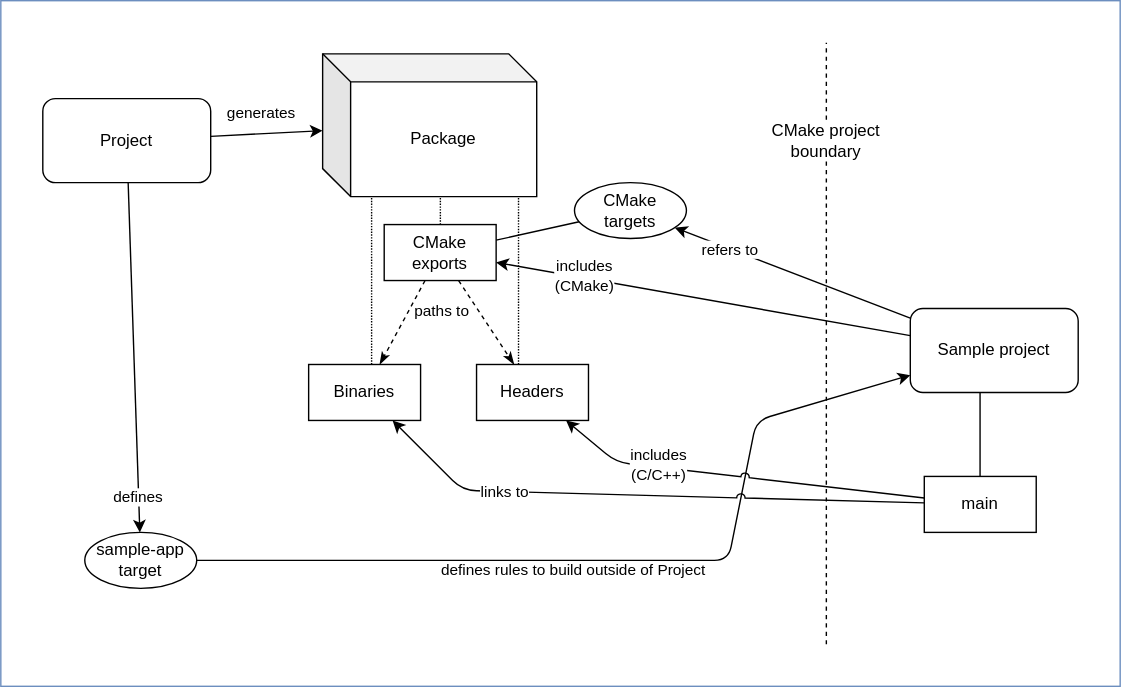
Above: sample/sample.dio.svg in dstodev/cmake-cxx (draw.io), before the change. Source tidied: cells renumbered, new cells last; positions are measured from the earlier drawing's top-left corner, leaving out a move shared by most shapes. The source it was exported from:
```xml
<mxGraphModel>
  <root>
    <mxCell id="0" />
    <mxCell id="1" parent="0" />
    <mxCell id="2" style="rounded=0;whiteSpace=wrap;html=1;labelBackgroundColor=none;perimeter=rectanglePerimeter;strokeWidth=1;strokeColor=#6c8ebf;fillColor=default;" parent="1" vertex="1">
      <mxGeometry width="800" height="490" as="geometry" />
    </mxCell>
    <mxCell id="3" style="endArrow=classic;html=1;rounded=1;" parent="1" edge="1" source="30" target="11">
      <mxGeometry relative="1" as="geometry">
        <Array as="points">
          <mxPoint x="520" y="400" />
          <mxPoint x="540" y="300" />
        </Array>
      </mxGeometry>
    </mxCell>
    <mxCell id="4" value="defines rules to build outside of Project" style="edgeLabel;html=1;align=center;verticalAlign=middle;" parent="3" vertex="1">
      <mxGeometry x="-0.75" y="-1" relative="1" as="geometry">
        <mxPoint x="195" y="6" as="offset" />
      </mxGeometry>
    </mxCell>
    <mxCell id="5" style="endArrow=classic;html=1;rounded=1;jumpStyle=arc;jumpSize=6;" parent="1" edge="1" source="28" target="18">
      <mxGeometry relative="1" as="geometry">
        <Array as="points">
          <mxPoint x="330" y="350" />
        </Array>
      </mxGeometry>
    </mxCell>
    <mxCell id="6" value="links to" style="edgeLabel;html=1;align=center;verticalAlign=middle;" parent="5" vertex="1">
      <mxGeometry x="-0.33" relative="1" as="geometry">
        <mxPoint x="-167" y="-5" as="offset" />
      </mxGeometry>
    </mxCell>
    <mxCell id="7" style="endArrow=classic;html=1;rounded=1;jumpStyle=arc;jumpSize=6;" parent="1" edge="1" source="28" target="17">
      <mxGeometry relative="1" as="geometry">
        <Array as="points">
          <mxPoint x="440" y="330" />
        </Array>
      </mxGeometry>
    </mxCell>
    <mxCell id="8" value="includes&lt;br&gt;(C/C++)" style="edgeLabel;html=1;align=center;verticalAlign=middle;" parent="7" vertex="1">
      <mxGeometry x="-0.33" relative="1" as="geometry">
        <mxPoint x="-101" y="-13" as="offset" />
      </mxGeometry>
    </mxCell>
    <mxCell id="9" style="endArrow=none;dashed=1;html=1;rounded=0;startArrow=none;" parent="1" edge="1" source="35">
      <mxGeometry relative="1" as="geometry">
        <mxPoint x="590" y="30" as="targetPoint" />
      </mxGeometry>
    </mxCell>
    <mxCell id="10" value="Project" style="rounded=1;whiteSpace=wrap;html=1;" parent="1" vertex="1">
      <mxGeometry x="30" y="70" width="120" height="60" as="geometry" />
    </mxCell>
    <mxCell id="11" value="Sample project" style="rounded=1;whiteSpace=wrap;html=1;" parent="1" vertex="1">
      <mxGeometry x="650" y="220" width="120" height="60" as="geometry" />
    </mxCell>
    <mxCell id="12" value="Package" style="shape=cube;whiteSpace=wrap;html=1;boundedLbl=1;backgroundOutline=1;darkOpacity=0.05;darkOpacity2=0.1;" parent="1" vertex="1">
      <mxGeometry x="230" y="38" width="153" height="102" as="geometry" />
    </mxCell>
    <mxCell id="13" style="endArrow=none;html=1;rounded=0;edgeStyle=elbowEdgeStyle;dashed=1;dashPattern=1 1;" parent="1" edge="1" source="16" target="12">
      <mxGeometry relative="1" as="geometry" />
    </mxCell>
    <mxCell id="14" style="endArrow=none;html=1;rounded=0;edgeStyle=elbowEdgeStyle;startArrow=none;dashed=1;dashPattern=1 1;" parent="1" edge="1" source="18" target="12">
      <mxGeometry relative="1" as="geometry" />
    </mxCell>
    <mxCell id="15" style="endArrow=none;html=1;rounded=0;edgeStyle=elbowEdgeStyle;dashed=1;dashPattern=1 1;" parent="1" edge="1" source="17" target="12">
      <mxGeometry relative="1" as="geometry">
        <Array as="points">
          <mxPoint x="370" y="220" />
          <mxPoint x="370" y="210" />
        </Array>
      </mxGeometry>
    </mxCell>
    <mxCell id="16" value="CMake exports" style="rounded=0;whiteSpace=wrap;html=1;" parent="1" vertex="1">
      <mxGeometry x="274" y="160" width="80" height="40" as="geometry" />
    </mxCell>
    <mxCell id="17" value="Headers" style="rounded=0;whiteSpace=wrap;html=1;" parent="1" vertex="1">
      <mxGeometry x="340" y="260" width="80" height="40" as="geometry" />
    </mxCell>
    <mxCell id="18" value="Binaries" style="rounded=0;whiteSpace=wrap;html=1;" parent="1" vertex="1">
      <mxGeometry x="220" y="260" width="80" height="40" as="geometry" />
    </mxCell>
    <mxCell id="19" style="endArrow=classicThin;dashed=1;html=1;rounded=0;endFill=1;" parent="1" edge="1" source="16" target="18">
      <mxGeometry relative="1" as="geometry" />
    </mxCell>
    <mxCell id="20" value="paths to" style="edgeLabel;html=1;align=center;verticalAlign=middle;labelBackgroundColor=none;" parent="19" vertex="1">
      <mxGeometry x="-0.23" relative="1" as="geometry">
        <mxPoint x="24" y="-1" as="offset" />
      </mxGeometry>
    </mxCell>
    <mxCell id="21" style="endArrow=classicThin;dashed=1;html=1;rounded=0;endFill=1;" parent="1" edge="1" source="16" target="17">
      <mxGeometry relative="1" as="geometry" />
    </mxCell>
    <mxCell id="22" value="CMake targets" style="ellipse;whiteSpace=wrap;html=1;labelBackgroundColor=none;" parent="1" vertex="1">
      <mxGeometry x="410" y="130" width="80" height="40" as="geometry" />
    </mxCell>
    <mxCell id="23" style="endArrow=none;html=1;rounded=0;" parent="1" edge="1" source="16" target="22">
      <mxGeometry relative="1" as="geometry" />
    </mxCell>
    <mxCell id="24" style="endArrow=classic;html=1;rounded=0;" parent="1" edge="1" source="10" target="12">
      <mxGeometry relative="1" as="geometry" />
    </mxCell>
    <mxCell id="25" value="generates" style="edgeLabel;html=1;align=center;verticalAlign=middle;" parent="24" vertex="1">
      <mxGeometry x="-0.36" y="-1" relative="1" as="geometry">
        <mxPoint x="10" y="-17" as="offset" />
      </mxGeometry>
    </mxCell>
    <mxCell id="26" style="endArrow=classic;html=1;rounded=0;" parent="1" edge="1" source="11" target="16">
      <mxGeometry relative="1" as="geometry" />
    </mxCell>
    <mxCell id="27" value="includes&lt;br&gt;(CMake)" style="edgeLabel;html=1;align=center;verticalAlign=middle;" parent="26" vertex="1">
      <mxGeometry x="-0.3" y="2" relative="1" as="geometry">
        <mxPoint x="-130" y="-26" as="offset" />
      </mxGeometry>
    </mxCell>
    <mxCell id="28" value="main" style="rounded=0;whiteSpace=wrap;html=1;labelBackgroundColor=none;" parent="1" vertex="1">
      <mxGeometry x="660" y="340" width="80" height="40" as="geometry" />
    </mxCell>
    <mxCell id="29" style="endArrow=none;html=1;rounded=0;edgeStyle=elbowEdgeStyle;" parent="1" edge="1" source="28" target="11">
      <mxGeometry relative="1" as="geometry" />
    </mxCell>
    <mxCell id="30" value="sample-app target" style="ellipse;whiteSpace=wrap;html=1;labelBackgroundColor=none;" parent="1" vertex="1">
      <mxGeometry x="60" y="380" width="80" height="40" as="geometry" />
    </mxCell>
    <mxCell id="31" style="endArrow=classic;html=1;rounded=0;" parent="1" edge="1" source="10" target="30">
      <mxGeometry relative="1" as="geometry" />
    </mxCell>
    <mxCell id="32" value="defines" style="edgeLabel;html=1;align=center;verticalAlign=middle;" parent="31" vertex="1">
      <mxGeometry x="-0.31" y="1" relative="1" as="geometry">
        <mxPoint x="3" y="139" as="offset" />
      </mxGeometry>
    </mxCell>
    <mxCell id="33" style="endArrow=classic;html=1;rounded=0;" parent="1" edge="1" source="11" target="22">
      <mxGeometry relative="1" as="geometry" />
    </mxCell>
    <mxCell id="34" value="refers to" style="edgeLabel;html=1;align=center;verticalAlign=middle;" parent="33" vertex="1">
      <mxGeometry x="-0.3" y="2" relative="1" as="geometry">
        <mxPoint x="-70" y="-29" as="offset" />
      </mxGeometry>
    </mxCell>
    <mxCell id="35" value="CMake project boundary" style="text;html=1;strokeColor=none;fillColor=none;align=center;verticalAlign=middle;whiteSpace=wrap;rounded=0;labelBackgroundColor=default;" parent="1" vertex="1">
      <mxGeometry x="545" y="85" width="90" height="30" as="geometry" />
    </mxCell>
    <mxCell id="36" style="endArrow=none;dashed=1;html=1;rounded=0;" parent="1" edge="1" target="35">
      <mxGeometry relative="1" as="geometry">
        <mxPoint x="590" y="460" as="sourcePoint" />
      </mxGeometry>
    </mxCell>
  </root>
</mxGraphModel>
```
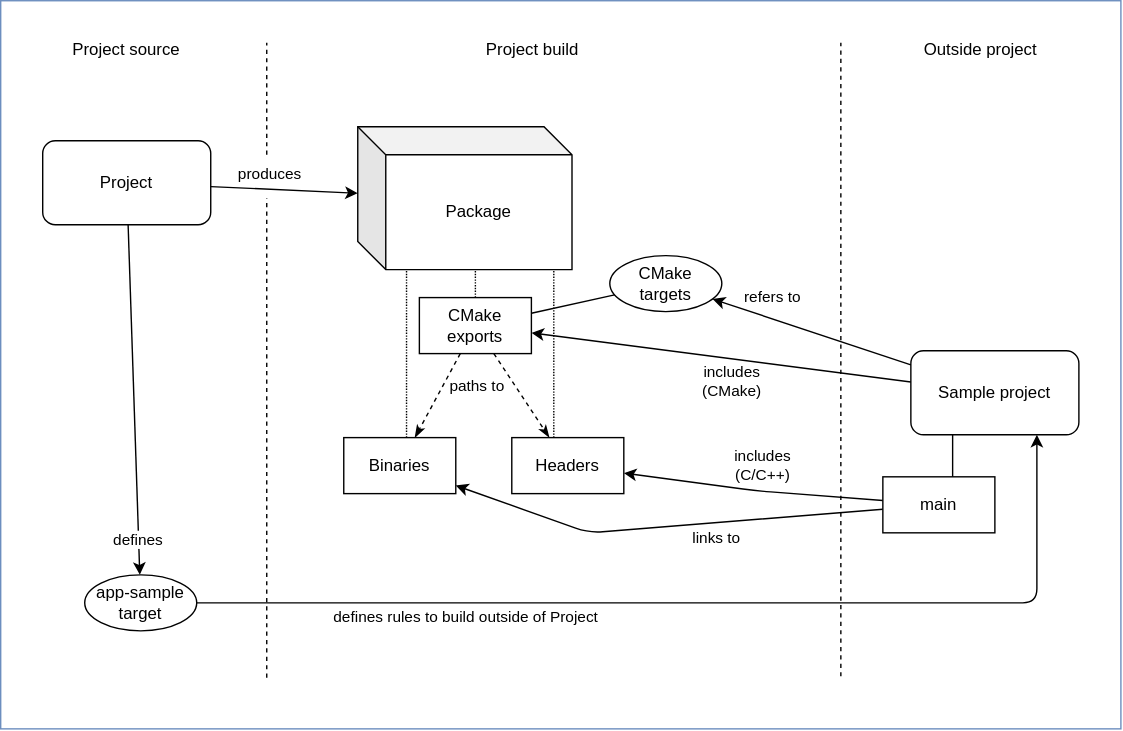
The same diagram one commit later.

Change to the diagram source:
```diff
@@ -3,50 +3,45 @@
     <mxCell id="0" />
     <mxCell id="1" parent="0" />
     <mxCell id="2" style="rounded=0;whiteSpace=wrap;html=1;labelBackgroundColor=none;perimeter=rectanglePerimeter;strokeWidth=1;strokeColor=#6c8ebf;fillColor=default;" parent="1" vertex="1">
-      <mxGeometry width="800" height="490" as="geometry" />
+      <mxGeometry y="-30" width="800" height="520" as="geometry" />
     </mxCell>
-    <mxCell id="3" style="endArrow=classic;html=1;rounded=1;" parent="1" edge="1" source="30" target="11">
+    <mxCell id="3" style="endArrow=classic;html=1;rounded=1;entryX=0.75;entryY=1;entryDx=0;entryDy=0;" parent="1" edge="1" source="30" target="11">
       <mxGeometry relative="1" as="geometry">
         <Array as="points">
           <mxPoint x="520" y="400" />
-          <mxPoint x="540" y="300" />
+          <mxPoint x="740" y="400" />
         </Array>
       </mxGeometry>
     </mxCell>
     <mxCell id="4" value="defines rules to build outside of Project" style="edgeLabel;html=1;align=center;verticalAlign=middle;" parent="3" vertex="1">
       <mxGeometry x="-0.75" y="-1" relative="1" as="geometry">
-        <mxPoint x="195" y="6" as="offset" />
+        <mxPoint x="102" y="9" as="offset" />
       </mxGeometry>
     </mxCell>
     <mxCell id="5" style="endArrow=classic;html=1;rounded=1;jumpStyle=arc;jumpSize=6;" parent="1" edge="1" source="28" target="18">
       <mxGeometry relative="1" as="geometry">
         <Array as="points">
-          <mxPoint x="330" y="350" />
+          <mxPoint x="420" y="350" />
         </Array>
       </mxGeometry>
     </mxCell>
     <mxCell id="6" value="links to" style="edgeLabel;html=1;align=center;verticalAlign=middle;" parent="5" vertex="1">
       <mxGeometry x="-0.33" relative="1" as="geometry">
-        <mxPoint x="-167" y="-5" as="offset" />
+        <mxPoint x="-16" y="12" as="offset" />
       </mxGeometry>
     </mxCell>
     <mxCell id="7" style="endArrow=classic;html=1;rounded=1;jumpStyle=arc;jumpSize=6;" parent="1" edge="1" source="28" target="17">
       <mxGeometry relative="1" as="geometry">
         <Array as="points">
-          <mxPoint x="440" y="330" />
+          <mxPoint x="540" y="320" />
         </Array>
       </mxGeometry>
     </mxCell>
-    <mxCell id="8" value="includes&lt;br&gt;(C/C++)" style="edgeLabel;html=1;align=center;verticalAlign=middle;" parent="7" vertex="1">
+    <mxCell id="8" value="includes&lt;br&gt;(C/C++)" style="edgeLabel;html=1;align=center;verticalAlign=middle;labelBackgroundColor=none;" parent="7" vertex="1">
       <mxGeometry x="-0.33" relative="1" as="geometry">
-        <mxPoint x="-101" y="-13" as="offset" />
+        <mxPoint x="-25" y="-21" as="offset" />
       </mxGeometry>
     </mxCell>
-    <mxCell id="9" style="endArrow=none;dashed=1;html=1;rounded=0;startArrow=none;" parent="1" edge="1" source="35">
-      <mxGeometry relative="1" as="geometry">
-        <mxPoint x="590" y="30" as="targetPoint" />
-      </mxGeometry>
-    </mxCell>
     <mxCell id="10" value="Project" style="rounded=1;whiteSpace=wrap;html=1;" parent="1" vertex="1">
       <mxGeometry x="30" y="70" width="120" height="60" as="geometry" />
     </mxCell>
@@ -54,7 +49,7 @@
       <mxGeometry x="650" y="220" width="120" height="60" as="geometry" />
     </mxCell>
     <mxCell id="12" value="Package" style="shape=cube;whiteSpace=wrap;html=1;boundedLbl=1;backgroundOutline=1;darkOpacity=0.05;darkOpacity2=0.1;" parent="1" vertex="1">
-      <mxGeometry x="230" y="38" width="153" height="102" as="geometry" />
+      <mxGeometry x="255" y="60" width="153" height="102" as="geometry" />
     </mxCell>
     <mxCell id="13" style="endArrow=none;html=1;rounded=0;edgeStyle=elbowEdgeStyle;dashed=1;dashPattern=1 1;" parent="1" edge="1" source="16" target="12">
       <mxGeometry relative="1" as="geometry" />
@@ -65,19 +60,19 @@
     <mxCell id="15" style="endArrow=none;html=1;rounded=0;edgeStyle=elbowEdgeStyle;dashed=1;dashPattern=1 1;" parent="1" edge="1" source="17" target="12">
       <mxGeometry relative="1" as="geometry">
         <Array as="points">
-          <mxPoint x="370" y="220" />
-          <mxPoint x="370" y="210" />
+          <mxPoint x="395" y="242" />
+          <mxPoint x="395" y="232" />
         </Array>
       </mxGeometry>
     </mxCell>
     <mxCell id="16" value="CMake exports" style="rounded=0;whiteSpace=wrap;html=1;" parent="1" vertex="1">
-      <mxGeometry x="274" y="160" width="80" height="40" as="geometry" />
+      <mxGeometry x="299" y="182" width="80" height="40" as="geometry" />
     </mxCell>
     <mxCell id="17" value="Headers" style="rounded=0;whiteSpace=wrap;html=1;" parent="1" vertex="1">
-      <mxGeometry x="340" y="260" width="80" height="40" as="geometry" />
+      <mxGeometry x="365" y="282" width="80" height="40" as="geometry" />
     </mxCell>
     <mxCell id="18" value="Binaries" style="rounded=0;whiteSpace=wrap;html=1;" parent="1" vertex="1">
-      <mxGeometry x="220" y="260" width="80" height="40" as="geometry" />
+      <mxGeometry x="245" y="282" width="80" height="40" as="geometry" />
     </mxCell>
     <mxCell id="19" style="endArrow=classicThin;dashed=1;html=1;rounded=0;endFill=1;" parent="1" edge="1" source="16" target="18">
       <mxGeometry relative="1" as="geometry" />
@@ -91,34 +86,37 @@
       <mxGeometry relative="1" as="geometry" />
     </mxCell>
     <mxCell id="22" value="CMake targets" style="ellipse;whiteSpace=wrap;html=1;labelBackgroundColor=none;" parent="1" vertex="1">
-      <mxGeometry x="410" y="130" width="80" height="40" as="geometry" />
+      <mxGeometry x="435" y="152" width="80" height="40" as="geometry" />
     </mxCell>
     <mxCell id="23" style="endArrow=none;html=1;rounded=0;" parent="1" edge="1" source="16" target="22">
       <mxGeometry relative="1" as="geometry" />
     </mxCell>
-    <mxCell id="24" style="endArrow=classic;html=1;rounded=0;" parent="1" edge="1" source="10" target="12">
-      <mxGeometry relative="1" as="geometry" />
+    <mxCell id="24" style="endArrow=classic;html=1;rounded=0;" parent="1" edge="1">
+      <mxGeometry relative="1" as="geometry">
+        <mxPoint x="150" y="102.7" as="sourcePoint" />
+        <mxPoint x="255" y="107.5" as="targetPoint" />
+      </mxGeometry>
     </mxCell>
-    <mxCell id="25" value="generates" style="edgeLabel;html=1;align=center;verticalAlign=middle;" parent="24" vertex="1">
+    <mxCell id="25" value="produces" style="edgeLabel;html=1;align=center;verticalAlign=middle;labelBorderColor=none;fixDash=0;labelPadding=0;backgroundOutline=0;enumerate=0;comic=0;" parent="24" vertex="1">
       <mxGeometry x="-0.36" y="-1" relative="1" as="geometry">
-        <mxPoint x="10" y="-17" as="offset" />
+        <mxPoint x="8" y="-13" as="offset" />
       </mxGeometry>
     </mxCell>
     <mxCell id="26" style="endArrow=classic;html=1;rounded=0;" parent="1" edge="1" source="11" target="16">
       <mxGeometry relative="1" as="geometry" />
     </mxCell>
-    <mxCell id="27" value="includes&lt;br&gt;(CMake)" style="edgeLabel;html=1;align=center;verticalAlign=middle;" parent="26" vertex="1">
+    <mxCell id="27" value="includes&lt;br&gt;(CMake)" style="edgeLabel;html=1;align=center;verticalAlign=middle;labelBackgroundColor=none;" parent="26" vertex="1">
       <mxGeometry x="-0.3" y="2" relative="1" as="geometry">
-        <mxPoint x="-130" y="-26" as="offset" />
+        <mxPoint x="-34" y="10" as="offset" />
       </mxGeometry>
     </mxCell>
     <mxCell id="28" value="main" style="rounded=0;whiteSpace=wrap;html=1;labelBackgroundColor=none;" parent="1" vertex="1">
-      <mxGeometry x="660" y="340" width="80" height="40" as="geometry" />
+      <mxGeometry x="630" y="310" width="80" height="40" as="geometry" />
     </mxCell>
     <mxCell id="29" style="endArrow=none;html=1;rounded=0;edgeStyle=elbowEdgeStyle;" parent="1" edge="1" source="28" target="11">
       <mxGeometry relative="1" as="geometry" />
     </mxCell>
-    <mxCell id="30" value="sample-app target" style="ellipse;whiteSpace=wrap;html=1;labelBackgroundColor=none;" parent="1" vertex="1">
+    <mxCell id="30" value="app-sample target" style="ellipse;whiteSpace=wrap;html=1;labelBackgroundColor=none;" parent="1" vertex="1">
       <mxGeometry x="60" y="380" width="80" height="40" as="geometry" />
     </mxCell>
     <mxCell id="31" style="endArrow=classic;html=1;rounded=0;" parent="1" edge="1" source="10" target="30">
@@ -134,16 +132,35 @@
     </mxCell>
     <mxCell id="34" value="refers to" style="edgeLabel;html=1;align=center;verticalAlign=middle;" parent="33" vertex="1">
       <mxGeometry x="-0.3" y="2" relative="1" as="geometry">
-        <mxPoint x="-70" y="-29" as="offset" />
+        <mxPoint x="-50" y="-34" as="offset" />
       </mxGeometry>
     </mxCell>
-    <mxCell id="35" value="CMake project boundary" style="text;html=1;strokeColor=none;fillColor=none;align=center;verticalAlign=middle;whiteSpace=wrap;rounded=0;labelBackgroundColor=default;" parent="1" vertex="1">
-      <mxGeometry x="545" y="85" width="90" height="30" as="geometry" />
-    </mxCell>
-    <mxCell id="36" style="endArrow=none;dashed=1;html=1;rounded=0;" parent="1" edge="1" target="35">
-      <mxGeometry relative="1" as="geometry">
-        <mxPoint x="590" y="460" as="sourcePoint" />
-      </mxGeometry>
-    </mxCell>
+    <mxCell id="37" style="endArrow=none;dashed=1;html=1;rounded=0;jumpStyle=none;" parent="1" edge="1">
+      <mxGeometry relative="1" as="geometry">
+        <mxPoint x="190" y="453.5" as="sourcePoint" />
+        <mxPoint x="190" y="111" as="targetPoint" />
+      </mxGeometry>
+    </mxCell>
+    <mxCell id="38" value="Project source" style="text;html=1;strokeColor=none;fillColor=none;align=center;verticalAlign=middle;whiteSpace=wrap;rounded=0;" parent="1" vertex="1">
+      <mxGeometry x="30" y="-10" width="120" height="30" as="geometry" />
+    </mxCell>
+    <mxCell id="39" value="Project build" style="text;html=1;strokeColor=none;fillColor=none;align=center;verticalAlign=middle;whiteSpace=wrap;rounded=0;" parent="1" vertex="1">
+      <mxGeometry x="325" y="-10" width="110" height="30" as="geometry" />
+    </mxCell>
+    <mxCell id="40" value="Outside project" style="text;html=1;strokeColor=none;fillColor=none;align=center;verticalAlign=middle;whiteSpace=wrap;rounded=0;" parent="1" vertex="1">
+      <mxGeometry x="645" y="-10" width="110" height="30" as="geometry" />
+    </mxCell>
+    <mxCell id="41" style="endArrow=none;dashed=1;html=1;rounded=0;" parent="1" edge="1">
+      <mxGeometry relative="1" as="geometry">
+        <mxPoint x="600" y="452.5" as="sourcePoint" />
+        <mxPoint x="600" as="targetPoint" />
+      </mxGeometry>
+    </mxCell>
+    <mxCell id="42" style="endArrow=none;dashed=1;html=1;rounded=0;jumpStyle=none;" parent="1" edge="1">
+      <mxGeometry relative="1" as="geometry">
+        <mxPoint x="190" y="80" as="sourcePoint" />
+        <mxPoint x="190" as="targetPoint" />
+      </mxGeometry>
+    </mxCell>
   </root>
 </mxGraphModel>
```
